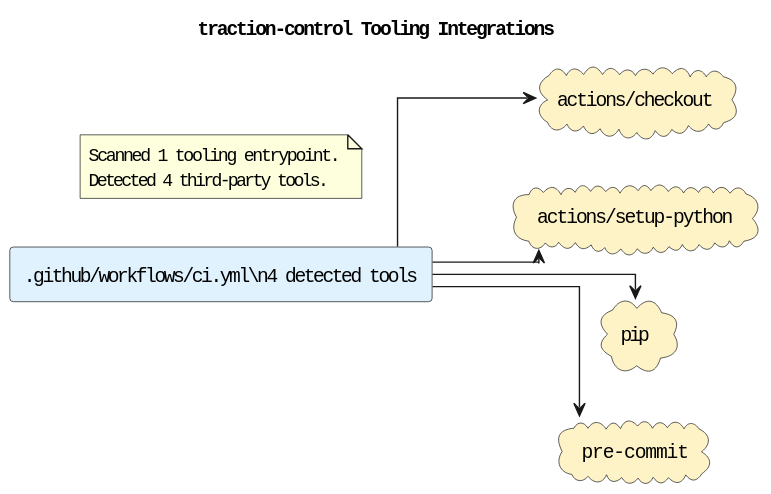
Before: docs/diagrams/tooling-integrations.puml.svg, a diagram exported from PlantUML (casonk/traction-control).
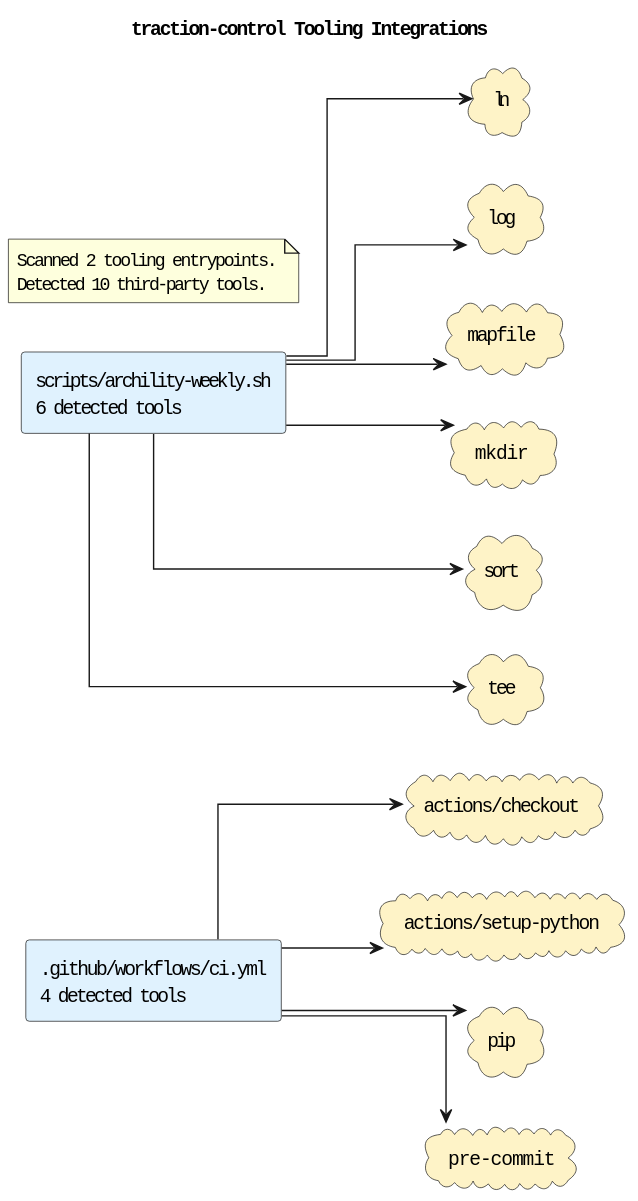
After the commit.

Commit message:
docs: refresh archility renderings

What changed in the source:
```diff
@@ -5,17 +5,30 @@
 skinparam defaultFontName Monospace
 skinparam componentStyle rectangle
 skinparam linetype ortho
-rectangle ".github/workflows/ci.yml\\n4 detected tools" as source_github_workflows_ci_yml #E0F2FE
+rectangle ".github/workflows/ci.yml\n4 detected tools" as source_github_workflows_ci_yml #E0F2FE
+rectangle "scripts/archility-weekly.sh\n6 detected tools" as source_scripts_archility_weekly_sh #E0F2FE
 cloud "actions/checkout" as tool_actions_checkout #FEF3C7
 cloud "actions/setup-python" as tool_actions_setup_python #FEF3C7
+cloud "ln" as tool_ln #FEF3C7
+cloud "log" as tool_log #FEF3C7
+cloud "mapfile" as tool_mapfile #FEF3C7
+cloud "mkdir" as tool_mkdir #FEF3C7
 cloud "pip" as tool_pip #FEF3C7
 cloud "pre-commit" as tool_pre_commit #FEF3C7
+cloud "sort" as tool_sort #FEF3C7
+cloud "tee" as tool_tee #FEF3C7
 source_github_workflows_ci_yml --> tool_actions_checkout
 source_github_workflows_ci_yml --> tool_actions_setup_python
 source_github_workflows_ci_yml --> tool_pip
 source_github_workflows_ci_yml --> tool_pre_commit
+source_scripts_archility_weekly_sh --> tool_ln
+source_scripts_archility_weekly_sh --> tool_log
+source_scripts_archility_weekly_sh --> tool_mapfile
+source_scripts_archility_weekly_sh --> tool_mkdir
+source_scripts_archility_weekly_sh --> tool_sort
+source_scripts_archility_weekly_sh --> tool_tee
 note as toolingGraphSummary
-Scanned 1 tooling entrypoint.
-Detected 4 third-party tools.
+Scanned 2 tooling entrypoints.
+Detected 10 third-party tools.
 end note
 @enduml
```
